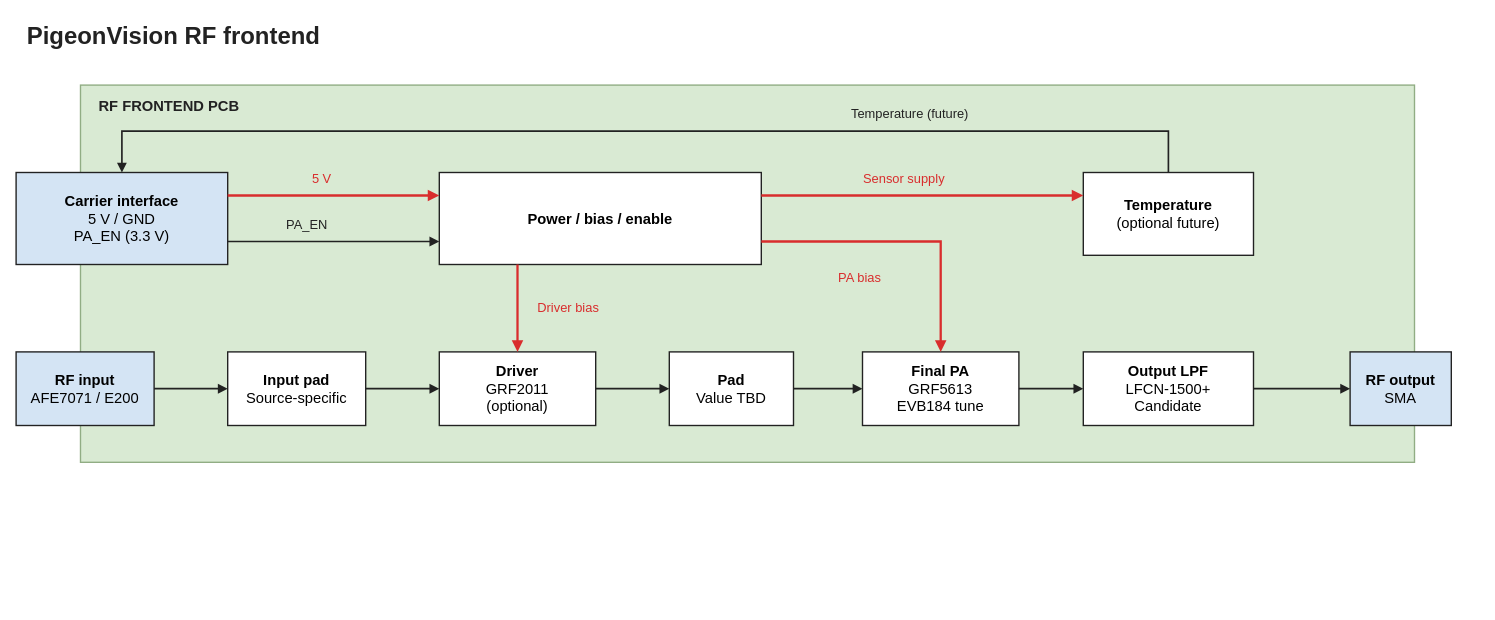
stanford-ssi/PigeonVision keeps this draw.io diagram as hardware/rf-frontend/block-diagram.drawio. Above is the earlier version. Source tidied: cells renumbered, new cells numbered last; positions are measured from the earlier drawing's top-left corner, leaving out a move shared by most shapes. Both pictures are drawn from the tidied source at 92%, with x=0, y=0 at pixel (16, 17).
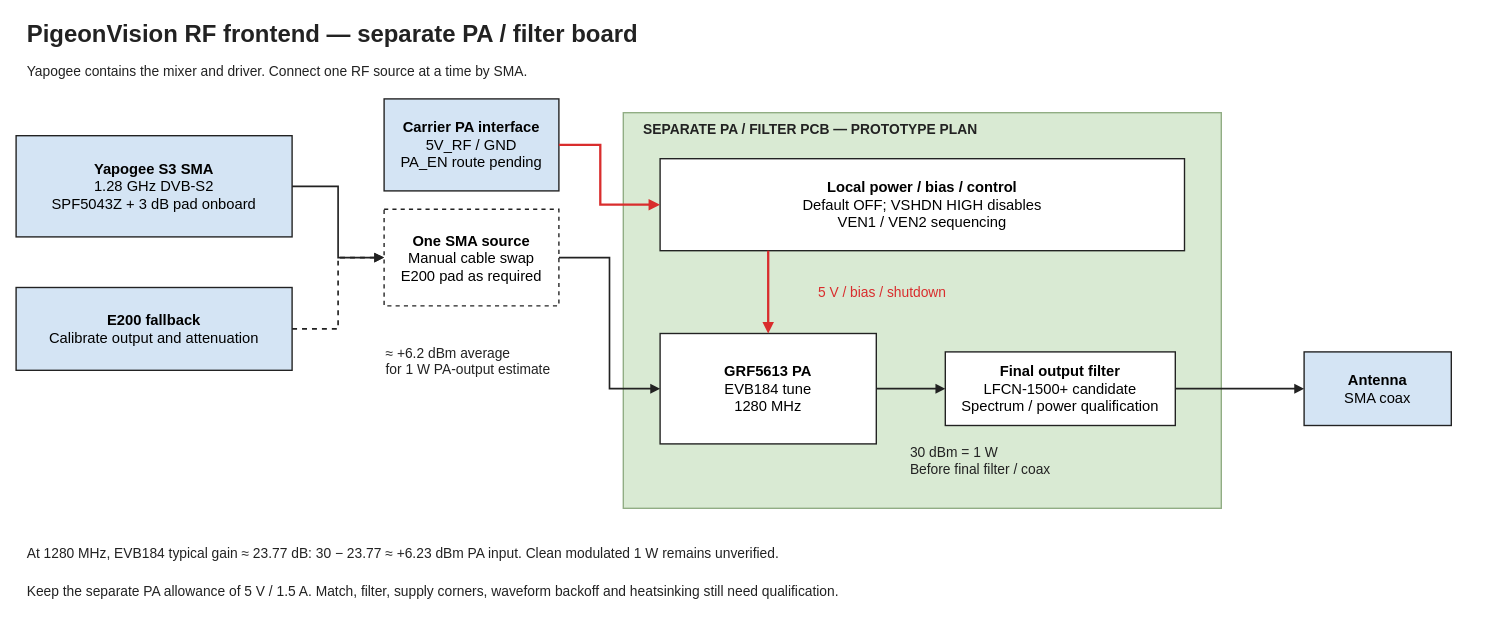
The same page after the edit.

The edit, as a diff of the source:
```diff
@@
-<mxGraphModel>
+<mxGraphModel background="#ffffff">
@@
-    <mxCell id="2" value="PigeonVision RF frontend" style="text;html=0;align=left;verticalAlign=middle;fillColor=none;strokeColor=none;fontFamily=Arial;fontSize=26;fontColor=#222222;fontStyle=1;" parent="1" vertex="1">
-      <mxGeometry x="10" width="1540" height="34" as="geometry" />
-    </mxCell>
-    <mxCell id="3" style="rounded=0;fillColor=#d9ead3;strokeColor=#91ad84;strokeWidth=1.5;" parent="1" vertex="1">
-      <mxGeometry x="70" y="73" width="1450" height="410" as="geometry" />
-    </mxCell>
-    <mxCell id="4" value="RF FRONTEND PCB" style="text;html=0;align=left;verticalAlign=middle;fillColor=none;strokeColor=none;fontFamily=Arial;fontSize=16;fontColor=#222222;fontStyle=1;" parent="1" vertex="1">
-      <mxGeometry x="88" y="83" width="1414" height="24" as="geometry" />
-    </mxCell>
-    <mxCell id="5" value="&lt;b&gt;Carrier interface&lt;/b&gt;&lt;br&gt;5 V / GND&lt;br&gt;PA_EN (3.3 V)" style="rounded=0;whiteSpace=wrap;html=1;fontFamily=Arial;fillColor=#d4e4f4;strokeColor=#222222;strokeWidth=1.5;align=center;verticalAlign=middle;fontSize=16;spacing=5;" parent="1" vertex="1">
-      <mxGeometry y="168" width="230" height="100" as="geometry" />
-    </mxCell>
+    <mxCell id="33" value="PigeonVision RF frontend — separate PA / filter board" style="text;html=0;align=left;verticalAlign=middle;fillColor=none;strokeColor=none;fontFamily=Arial;fontSize=15;fontColor=#222222;whiteSpace=wrap;fontSize=26;fontStyle=1;" parent="1" vertex="1">
+      <mxGeometry x="10" y="-2" width="1580" height="40" as="geometry" />
+    </mxCell>
+    <mxCell id="34" value="Yapogee contains the mixer and driver. Connect one RF source at a time by SMA." style="text;html=0;align=left;verticalAlign=middle;fillColor=none;strokeColor=none;fontFamily=Arial;fontSize=15;fontColor=#222222;whiteSpace=wrap;" parent="1" vertex="1">
+      <mxGeometry x="10" y="43" width="1580" height="30" as="geometry" />
+    </mxCell>
+    <mxCell id="35" style="rounded=0;fillColor=#d9ead3;strokeColor=#91ad84;strokeWidth=1.5;" parent="1" vertex="1">
+      <mxGeometry x="660" y="103" width="650" height="430" as="geometry" />
+    </mxCell>
+    <mxCell id="36" value="SEPARATE PA / FILTER PCB — PROTOTYPE PLAN" style="text;html=0;align=left;verticalAlign=middle;fillColor=none;strokeColor=none;fontFamily=Arial;fontSize=15;fontColor=#222222;whiteSpace=wrap;fontStyle=1;" parent="1" vertex="1">
+      <mxGeometry x="680" y="108" width="610" height="25" as="geometry" />
+    </mxCell>
+    <mxCell id="37" value="&lt;b&gt;Yapogee S3 SMA&lt;/b&gt;&lt;br&gt;1.28 GHz DVB-S2&lt;br&gt;SPF5043Z + 3 dB pad onboard" style="rounded=0;whiteSpace=wrap;html=1;fontFamily=Arial;fillColor=#d4e4f4;strokeColor=#222222;strokeWidth=1.5;align=center;verticalAlign=middle;fontSize=16;spacing=7;" parent="1" vertex="1">
+      <mxGeometry y="128" width="300" height="110" as="geometry" />
+    </mxCell>
+    <mxCell id="38" value="&lt;b&gt;E200 fallback&lt;/b&gt;&lt;br&gt;Calibrate output and attenuation" style="rounded=0;whiteSpace=wrap;html=1;fontFamily=Arial;fillColor=#d4e4f4;strokeColor=#222222;strokeWidth=1.5;align=center;verticalAlign=middle;fontSize=16;spacing=7;" parent="1" vertex="1">
+      <mxGeometry y="293" width="300" height="90" as="geometry" />
+    </mxCell>
+    <mxCell id="39" value="&lt;b&gt;One SMA source&lt;/b&gt;&lt;br&gt;Manual cable swap&lt;br&gt;E200 pad as required" style="rounded=0;whiteSpace=wrap;html=1;fontFamily=Arial;fillColor=#ffffff;strokeColor=#222222;strokeWidth=1.5;align=center;verticalAlign=middle;fontSize=16;spacing=7;dashed=1;" parent="1" vertex="1">
+      <mxGeometry x="400" y="208" width="190" height="105" as="geometry" />
+    </mxCell>
+    <mxCell id="40" value="&lt;b&gt;Carrier PA interface&lt;/b&gt;&lt;br&gt;5V_RF / GND&lt;br&gt;PA_EN route pending" style="rounded=0;whiteSpace=wrap;html=1;fontFamily=Arial;fillColor=#d4e4f4;strokeColor=#222222;strokeWidth=1.5;align=center;verticalAlign=middle;fontSize=16;spacing=7;" parent="1" vertex="1">
+      <mxGeometry x="400" y="88" width="190" height="100" as="geometry" />
+    </mxCell>
-    <mxCell id="6" value="&lt;b&gt;Power / bias / enable&lt;/b&gt;" style="rounded=0;whiteSpace=wrap;html=1;fontFamily=Arial;fillColor=#ffffff;strokeColor=#222222;strokeWidth=1.5;align=center;verticalAlign=middle;fontSize=16;spacing=5;" parent="1" vertex="1">
-      <mxGeometry x="460" y="168" width="350" height="100" as="geometry" />
+    <mxCell id="6" value="&lt;b&gt;Local power / bias / control&lt;/b&gt;&lt;br&gt;Default OFF; VSHDN HIGH disables&lt;br&gt;VEN1 / VEN2 sequencing" style="rounded=0;whiteSpace=wrap;html=1;fontFamily=Arial;fillColor=#ffffff;strokeColor=#222222;strokeWidth=1.5;align=center;verticalAlign=middle;fontSize=16;spacing=7;" parent="1" vertex="1">
+      <mxGeometry x="700" y="153" width="570" height="100" as="geometry" />
     </mxCell>
-    <mxCell id="7" value="&lt;b&gt;Temperature&lt;/b&gt;&lt;br&gt;(optional future)" style="rounded=0;whiteSpace=wrap;html=1;fontFamily=Arial;fillColor=#ffffff;strokeColor=#222222;strokeWidth=1.5;align=center;verticalAlign=middle;fontSize=16;spacing=5;" parent="1" vertex="1">
-      <mxGeometry x="1160" y="168" width="185" height="90" as="geometry" />
-    </mxCell>
-    <mxCell id="8" style="edgeStyle=orthogonalEdgeStyle;jettySize=0;rounded=0;html=0;strokeColor=#d92d2d;strokeWidth=2.5;endArrow=block;endFill=1;startArrow=none;startFill=1;exitX=1;exitY=0.25;exitPerimeter=0;entryX=0;entryY=0.25;entryPerimeter=0;" parent="1" edge="1" source="5" target="6">
-      <mxGeometry relative="1" as="geometry" />
-    </mxCell>
-    <mxCell id="9" value="5 V" style="text;html=0;align=left;verticalAlign=middle;fillColor=none;strokeColor=none;fontFamily=Arial;fontSize=14;fontColor=#d92d2d;fontStyle=0;" parent="1" vertex="1">
-      <mxGeometry x="320" y="163" width="80" height="22" as="geometry" />
-    </mxCell>
-    <mxCell id="10" style="edgeStyle=orthogonalEdgeStyle;jettySize=0;rounded=0;html=0;strokeColor=#222222;strokeWidth=1.8;endArrow=block;endFill=1;startArrow=none;startFill=1;exitX=1;exitY=0.75;exitPerimeter=0;entryX=0;entryY=0.75;entryPerimeter=0;" parent="1" edge="1" source="5" target="6">
-      <mxGeometry relative="1" as="geometry" />
-    </mxCell>
-    <mxCell id="11" value="PA_EN" style="text;html=0;align=left;verticalAlign=middle;fillColor=none;strokeColor=none;fontFamily=Arial;fontSize=14;fontColor=#222222;fontStyle=0;" parent="1" vertex="1">
-      <mxGeometry x="292" y="213" width="80" height="22" as="geometry" />
-    </mxCell>
-    <mxCell id="12" style="edgeStyle=orthogonalEdgeStyle;jettySize=0;rounded=0;html=0;strokeColor=#d92d2d;strokeWidth=2.5;endArrow=block;endFill=1;startArrow=none;startFill=1;exitX=1;exitY=0.25;exitPerimeter=0;entryX=0;entryY=0.2777777777777778;entryPerimeter=0;" parent="1" edge="1" source="6" target="7">
-      <mxGeometry relative="1" as="geometry" />
-    </mxCell>
-    <mxCell id="13" value="Sensor supply" style="text;html=0;align=left;verticalAlign=middle;fillColor=none;strokeColor=none;fontFamily=Arial;fontSize=14;fontColor=#d92d2d;fontStyle=0;" parent="1" vertex="1">
-      <mxGeometry x="919" y="163" width="104" height="22" as="geometry" />
-    </mxCell>
-    <mxCell id="14" style="edgeStyle=orthogonalEdgeStyle;jettySize=0;rounded=0;html=0;strokeColor=#222222;strokeWidth=1.8;endArrow=block;endFill=1;startArrow=none;startFill=1;exitX=0.5;exitY=0;exitPerimeter=0;entryX=0.5;entryY=0;entryPerimeter=0;" parent="1" edge="1" source="7" target="5">
-      <mxGeometry relative="1" as="geometry">
-        <Array as="points">
-          <mxPoint x="1252.5" y="123" />
-          <mxPoint x="115" y="123" />
-        </Array>
-      </mxGeometry>
-    </mxCell>
-    <mxCell id="15" value="Temperature (future)" style="text;html=0;align=left;verticalAlign=middle;fillColor=none;strokeColor=none;fontFamily=Arial;fontSize=14;fontColor=#222222;fontStyle=0;" parent="1" vertex="1">
-      <mxGeometry x="906" y="92" width="88" height="22" as="geometry" />
-    </mxCell>
-    <mxCell id="16" value="&lt;b&gt;RF input&lt;/b&gt;&lt;br&gt;AFE7071 / E200" style="rounded=0;whiteSpace=wrap;html=1;fontFamily=Arial;fillColor=#d4e4f4;strokeColor=#222222;strokeWidth=1.5;align=center;verticalAlign=middle;fontSize=16;spacing=5;" parent="1" vertex="1">
-      <mxGeometry y="363" width="150" height="80" as="geometry" />
-    </mxCell>
-    <mxCell id="17" value="&lt;b&gt;Input pad&lt;/b&gt;&lt;br&gt;Source-specific" style="rounded=0;whiteSpace=wrap;html=1;fontFamily=Arial;fillColor=#ffffff;strokeColor=#222222;strokeWidth=1.5;align=center;verticalAlign=middle;fontSize=16;spacing=5;" parent="1" vertex="1">
-      <mxGeometry x="230" y="363" width="150" height="80" as="geometry" />
-    </mxCell>
-    <mxCell id="18" value="&lt;b&gt;Driver&lt;/b&gt;&lt;br&gt;GRF2011&lt;br&gt;(optional)" style="rounded=0;whiteSpace=wrap;html=1;fontFamily=Arial;fillColor=#ffffff;strokeColor=#222222;strokeWidth=1.5;align=center;verticalAlign=middle;fontSize=16;spacing=5;" parent="1" vertex="1">
-      <mxGeometry x="460" y="363" width="170" height="80" as="geometry" />
-    </mxCell>
-    <mxCell id="19" value="&lt;b&gt;Pad&lt;/b&gt;&lt;br&gt;Value TBD" style="rounded=0;whiteSpace=wrap;html=1;fontFamily=Arial;fillColor=#ffffff;strokeColor=#222222;strokeWidth=1.5;align=center;verticalAlign=middle;fontSize=16;spacing=5;" parent="1" vertex="1">
-      <mxGeometry x="710" y="363" width="135" height="80" as="geometry" />
-    </mxCell>
-    <mxCell id="20" value="&lt;b&gt;Final PA&lt;/b&gt;&lt;br&gt;GRF5613&lt;br&gt;EVB184 tune" style="rounded=0;whiteSpace=wrap;html=1;fontFamily=Arial;fillColor=#ffffff;strokeColor=#222222;strokeWidth=1.5;align=center;verticalAlign=middle;fontSize=16;spacing=5;" parent="1" vertex="1">
-      <mxGeometry x="920" y="363" width="170" height="80" as="geometry" />
+    <mxCell id="20" value="&lt;b&gt;GRF5613 PA&lt;/b&gt;&lt;br&gt;EVB184 tune&lt;br&gt;1280 MHz" style="rounded=0;whiteSpace=wrap;html=1;fontFamily=Arial;fillColor=#ffffff;strokeColor=#222222;strokeWidth=1.5;align=center;verticalAlign=middle;fontSize=16;spacing=7;" parent="1" vertex="1">
+      <mxGeometry x="700" y="343" width="235" height="120" as="geometry" />
     </mxCell>
-    <mxCell id="21" value="&lt;b&gt;Output LPF&lt;/b&gt;&lt;br&gt;LFCN-1500+&lt;br&gt;Candidate" style="rounded=0;whiteSpace=wrap;html=1;fontFamily=Arial;fillColor=#ffffff;strokeColor=#222222;strokeWidth=1.5;align=center;verticalAlign=middle;fontSize=16;spacing=5;" parent="1" vertex="1">
-      <mxGeometry x="1160" y="363" width="185" height="80" as="geometry" />
-    </mxCell>
-    <mxCell id="22" value="&lt;b&gt;RF output&lt;/b&gt;&lt;br&gt;SMA" style="rounded=0;whiteSpace=wrap;html=1;fontFamily=Arial;fillColor=#d4e4f4;strokeColor=#222222;strokeWidth=1.5;align=center;verticalAlign=middle;fontSize=16;spacing=5;" parent="1" vertex="1">
-      <mxGeometry x="1450" y="363" width="110" height="80" as="geometry" />
-    </mxCell>
-    <mxCell id="23" style="edgeStyle=orthogonalEdgeStyle;jettySize=0;rounded=0;html=0;strokeColor=#222222;strokeWidth=1.8;endArrow=block;endFill=1;startArrow=none;startFill=1;exitX=1;exitY=0.5;exitPerimeter=0;entryX=0;entryY=0.5;entryPerimeter=0;" parent="1" edge="1" source="16" target="17">
-      <mxGeometry relative="1" as="geometry" />
-    </mxCell>
-    <mxCell id="24" style="edgeStyle=orthogonalEdgeStyle;jettySize=0;rounded=0;html=0;strokeColor=#222222;strokeWidth=1.8;endArrow=block;endFill=1;startArrow=none;startFill=1;exitX=1;exitY=0.5;exitPerimeter=0;entryX=0;entryY=0.5;entryPerimeter=0;" parent="1" edge="1" source="17" target="18">
-      <mxGeometry relative="1" as="geometry" />
-    </mxCell>
-    <mxCell id="25" style="edgeStyle=orthogonalEdgeStyle;jettySize=0;rounded=0;html=0;strokeColor=#222222;strokeWidth=1.8;endArrow=block;endFill=1;startArrow=none;startFill=1;exitX=1;exitY=0.5;exitPerimeter=0;entryX=0;entryY=0.5;entryPerimeter=0;" parent="1" edge="1" source="18" target="19">
-      <mxGeometry relative="1" as="geometry" />
-    </mxCell>
-    <mxCell id="26" style="edgeStyle=orthogonalEdgeStyle;jettySize=0;rounded=0;html=0;strokeColor=#222222;strokeWidth=1.8;endArrow=block;endFill=1;startArrow=none;startFill=1;exitX=1;exitY=0.5;exitPerimeter=0;entryX=0;entryY=0.5;entryPerimeter=0;" parent="1" edge="1" source="19" target="20">
-      <mxGeometry relative="1" as="geometry" />
-    </mxCell>
-    <mxCell id="27" style="edgeStyle=orthogonalEdgeStyle;jettySize=0;rounded=0;html=0;strokeColor=#222222;strokeWidth=1.8;endArrow=block;endFill=1;startArrow=none;startFill=1;exitX=1;exitY=0.5;exitPerimeter=0;entryX=0;entryY=0.5;entryPerimeter=0;" parent="1" edge="1" source="20" target="21">
-      <mxGeometry relative="1" as="geometry" />
-    </mxCell>
-    <mxCell id="28" style="edgeStyle=orthogonalEdgeStyle;jettySize=0;rounded=0;html=0;strokeColor=#222222;strokeWidth=1.8;endArrow=block;endFill=1;startArrow=none;startFill=1;exitX=1;exitY=0.5;exitPerimeter=0;entryX=0;entryY=0.5;entryPerimeter=0;" parent="1" edge="1" source="21" target="22">
-      <mxGeometry relative="1" as="geometry" />
-    </mxCell>
-    <mxCell id="29" style="edgeStyle=orthogonalEdgeStyle;jettySize=0;rounded=0;html=0;strokeColor=#d92d2d;strokeWidth=2.5;endArrow=block;endFill=1;startArrow=none;startFill=1;exitX=0.24285714285714285;exitY=1;exitPerimeter=0;entryX=0.5;entryY=0;entryPerimeter=0;" parent="1" edge="1" source="6" target="18">
-      <mxGeometry relative="1" as="geometry" />
-    </mxCell>
-    <mxCell id="30" value="Driver bias" style="text;html=0;align=left;verticalAlign=middle;fillColor=none;strokeColor=none;fontFamily=Arial;fontSize=14;fontColor=#d92d2d;fontStyle=0;" parent="1" vertex="1">
-      <mxGeometry x="565" y="303" width="88" height="22" as="geometry" />
-    </mxCell>
+    <mxCell id="41" value="&lt;b&gt;Final output filter&lt;/b&gt;&lt;br&gt;LFCN-1500+ candidate&lt;br&gt;Spectrum / power qualification" style="rounded=0;whiteSpace=wrap;html=1;fontFamily=Arial;fillColor=#ffffff;strokeColor=#222222;strokeWidth=1.5;align=center;verticalAlign=middle;fontSize=16;spacing=7;" parent="1" vertex="1">
+      <mxGeometry x="1010" y="363" width="250" height="80" as="geometry" />
+    </mxCell>
+    <mxCell id="42" value="&lt;b&gt;Antenna&lt;/b&gt;&lt;br&gt;SMA coax" style="rounded=0;whiteSpace=wrap;html=1;fontFamily=Arial;fillColor=#d4e4f4;strokeColor=#222222;strokeWidth=1.5;align=center;verticalAlign=middle;fontSize=16;spacing=7;" parent="1" vertex="1">
+      <mxGeometry x="1400" y="363" width="160" height="80" as="geometry" />
+    </mxCell>
+    <mxCell id="43" style="edgeStyle=orthogonalEdgeStyle;jettySize=0;rounded=0;html=0;strokeColor=#222222;strokeWidth=1.8;endArrow=block;endFill=1;startArrow=none;exitX=1;exitY=0.5;exitPerimeter=0;entryX=0;entryY=0.5;entryPerimeter=0;" parent="1" edge="1" source="37" target="39">
+      <mxGeometry relative="1" as="geometry">
+        <Array as="points">
+          <mxPoint x="350" y="183" />
+          <mxPoint x="350" y="260.5" />
+        </Array>
+      </mxGeometry>
+    </mxCell>
+    <mxCell id="44" style="edgeStyle=orthogonalEdgeStyle;jettySize=0;rounded=0;html=0;strokeColor=#222222;strokeWidth=1.8;endArrow=block;endFill=1;startArrow=none;exitX=1;exitY=0.5;exitPerimeter=0;entryX=0;entryY=0.5;entryPerimeter=0;dashed=1;" parent="1" edge="1" source="38" target="39">
+      <mxGeometry relative="1" as="geometry">
+        <Array as="points">
+          <mxPoint x="350" y="338" />
+          <mxPoint x="350" y="260.5" />
+        </Array>
+      </mxGeometry>
+    </mxCell>
+    <mxCell id="45" style="edgeStyle=orthogonalEdgeStyle;jettySize=0;rounded=0;html=0;strokeColor=#222222;strokeWidth=1.8;endArrow=block;endFill=1;startArrow=none;exitX=1;exitY=0.5;exitPerimeter=0;entryX=0;entryY=0.5;entryPerimeter=0;" parent="1" edge="1" source="39" target="20">
+      <mxGeometry relative="1" as="geometry">
+        <Array as="points">
+          <mxPoint x="645" y="260.5" />
+          <mxPoint x="645" y="403" />
+        </Array>
+      </mxGeometry>
+    </mxCell>
+    <mxCell id="46" style="edgeStyle=orthogonalEdgeStyle;jettySize=0;rounded=0;html=0;strokeColor=#222222;strokeWidth=1.8;endArrow=block;endFill=1;startArrow=none;exitX=1;exitY=0.5;exitPerimeter=0;entryX=0;entryY=0.5;entryPerimeter=0;" parent="1" edge="1" source="20" target="41">
+      <mxGeometry relative="1" as="geometry" />
+    </mxCell>
+    <mxCell id="47" style="edgeStyle=orthogonalEdgeStyle;jettySize=0;rounded=0;html=0;strokeColor=#222222;strokeWidth=1.8;endArrow=block;endFill=1;startArrow=none;exitX=1;exitY=0.5;exitPerimeter=0;entryX=0;entryY=0.5;entryPerimeter=0;" parent="1" edge="1" source="41" target="42">
+      <mxGeometry relative="1" as="geometry" />
+    </mxCell>
+    <mxCell id="48" style="edgeStyle=orthogonalEdgeStyle;jettySize=0;rounded=0;html=0;strokeColor=#222222;strokeWidth=1.8;endArrow=block;endFill=1;startArrow=none;exitX=1;exitY=0.5;exitPerimeter=0;entryX=0;entryY=0.5;entryPerimeter=0;strokeColor=#d92d2d;strokeWidth=2.5;" parent="1" edge="1" source="40" target="6">
+      <mxGeometry relative="1" as="geometry">
+        <Array as="points">
+          <mxPoint x="635" y="138" />
+          <mxPoint x="635" y="203" />
+        </Array>
+      </mxGeometry>
+    </mxCell>
-    <mxCell id="31" style="edgeStyle=orthogonalEdgeStyle;jettySize=0;rounded=0;html=0;strokeColor=#d92d2d;strokeWidth=2.5;endArrow=block;endFill=1;startArrow=none;startFill=1;exitX=1;exitY=0.75;exitPerimeter=0;entryX=0.5;entryY=0;entryPerimeter=0;" parent="1" edge="1" source="6" target="20">
-      <mxGeometry relative="1" as="geometry">
-        <Array as="points">
-          <mxPoint x="1005" y="243" />
-        </Array>
-      </mxGeometry>
+    <mxCell id="31" style="edgeStyle=orthogonalEdgeStyle;jettySize=0;rounded=0;html=0;strokeColor=#222222;strokeWidth=1.8;endArrow=block;endFill=1;startArrow=none;exitX=1;exitY=0.5;exitPerimeter=0;entryX=0;entryY=0.5;entryPerimeter=0;strokeColor=#d92d2d;strokeWidth=2.5;exitX=0.2061403509;exitY=1;entryX=0.5;entryY=0;" parent="1" edge="1" source="6" target="20">
+      <mxGeometry relative="1" as="geometry" />
     </mxCell>
-    <mxCell id="32" value="PA bias" style="text;html=0;align=left;verticalAlign=middle;fillColor=none;strokeColor=none;fontFamily=Arial;fontSize=14;fontColor=#d92d2d;fontStyle=0;" parent="1" vertex="1">
-      <mxGeometry x="892" y="270" width="80" height="22" as="geometry" />
-    </mxCell>
+    <mxCell id="49" value="5 V / bias / shutdown" style="text;html=0;align=left;verticalAlign=middle;fillColor=none;strokeColor=none;fontFamily=Arial;fontSize=15;fontColor=#d92d2d;whiteSpace=wrap;" parent="1" vertex="1">
+      <mxGeometry x="870" y="283" width="330" height="30" as="geometry" />
+    </mxCell>
+    <mxCell id="50" value="≈ +6.2 dBm average&#10;for 1 W PA-output estimate" style="text;html=0;align=left;verticalAlign=middle;fillColor=none;strokeColor=none;fontFamily=Arial;fontSize=15;fontColor=#222222;whiteSpace=wrap;" parent="1" vertex="1">
+      <mxGeometry x="400" y="343" width="260" height="60" as="geometry" />
+    </mxCell>
+    <mxCell id="51" value="30 dBm = 1 W&#10;Before final filter / coax" style="text;html=0;align=left;verticalAlign=middle;fillColor=none;strokeColor=none;fontFamily=Arial;fontSize=15;fontColor=#222222;whiteSpace=wrap;" parent="1" vertex="1">
+      <mxGeometry x="970" y="448" width="300" height="65" as="geometry" />
+    </mxCell>
+    <mxCell id="52" value="At 1280 MHz, EVB184 typical gain ≈ 23.77 dB: 30 − 23.77 ≈ +6.23 dBm PA input. Clean modulated 1 W remains unverified." style="text;html=0;align=left;verticalAlign=middle;fillColor=none;strokeColor=none;fontFamily=Arial;fontSize=15;fontColor=#222222;whiteSpace=wrap;" parent="1" vertex="1">
+      <mxGeometry x="10" y="563" width="1570" height="35" as="geometry" />
+    </mxCell>
+    <mxCell id="53" value="Keep the separate PA allowance of 5 V / 1.5 A. Match, filter, supply corners, waveform backoff and heatsinking still need qualification." style="text;html=0;align=left;verticalAlign=middle;fillColor=none;strokeColor=none;fontFamily=Arial;fontSize=15;fontColor=#222222;whiteSpace=wrap;" parent="1" vertex="1">
+      <mxGeometry x="10" y="608" width="1570" height="30" as="geometry" />
+    </mxCell>
```
